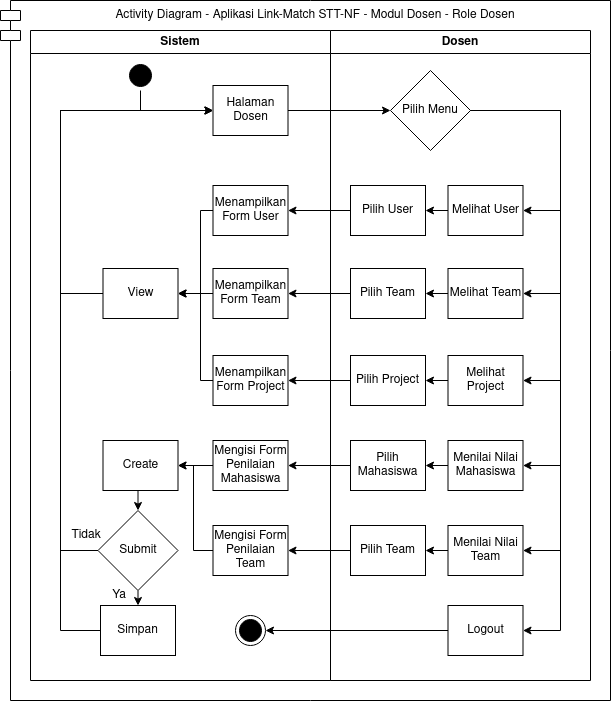
Earlier version of the draw.io export 1. Skripsi/Gambar/Gambar 4.8 Activity Diagram Role Dosen.png (mazharrasyad/Tugas-Akhir-S1). Source tidied: cells renumbered, new cells last; positions are measured from the earlier drawing's top-left corner, leaving out a move shared by most shapes.
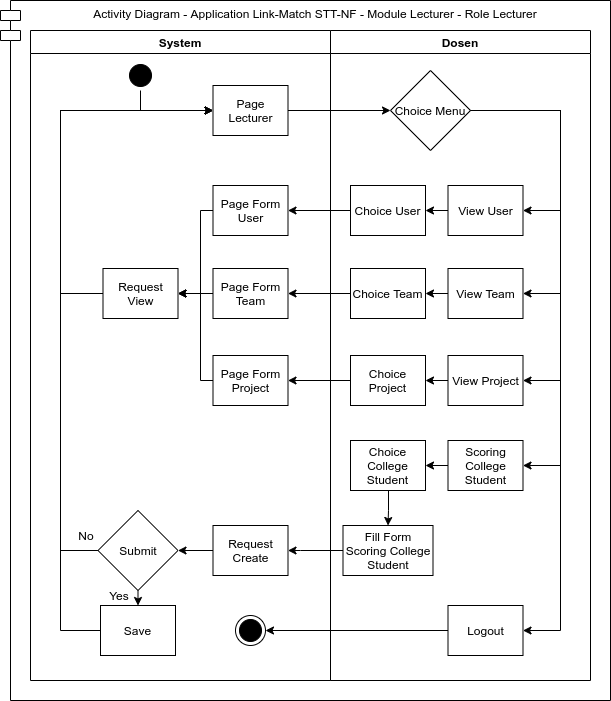
After the change.

Diff of the diagram source:
```diff
@@ -2,13 +2,13 @@
   <root>
     <mxCell id="0" />
     <mxCell id="1" parent="0" />
-    <mxCell id="2" value="Activity Diagram - Aplikasi Link-Match STT-NF - Modul Dosen - Role Dosen" style="shape=module;align=left;spacingLeft=20;align=center;verticalAlign=top;strokeColor=#000000;" parent="1" vertex="1">
+    <mxCell id="2" value="Activity Diagram - Application Link-Match STT-NF - Module Lecturer - Role Lecturer" style="shape=module;align=left;spacingLeft=20;align=center;verticalAlign=top;strokeColor=#000000;" parent="1" vertex="1">
       <mxGeometry width="610" height="700" as="geometry" />
     </mxCell>
     <mxCell id="3" value="Dosen" style="swimlane;whiteSpace=wrap;" parent="1" vertex="1">
       <mxGeometry x="330" y="30" width="260" height="650" as="geometry" />
     </mxCell>
-    <mxCell id="4" value="Sistem" style="swimlane;whiteSpace=wrap;swimlaneLine=1;" parent="1" vertex="1">
+    <mxCell id="4" value="System" style="swimlane;whiteSpace=wrap;swimlaneLine=1;" parent="1" vertex="1">
       <mxGeometry x="30" y="30" width="300" height="650" as="geometry" />
     </mxCell>
     <mxCell id="5" style="edgeStyle=orthogonalEdgeStyle;rounded=0;jettySize=auto;html=1;exitX=1;exitY=0.5;exitDx=0;exitDy=0;entryX=1;entryY=0.5;entryDx=0;entryDy=0;" parent="1" edge="1" source="10" target="12">
@@ -35,14 +35,6 @@
         </Array>
       </mxGeometry>
     </mxCell>
-    <mxCell id="8" style="edgeStyle=orthogonalEdgeStyle;rounded=0;jettySize=auto;html=1;exitX=1;exitY=0.5;exitDx=0;exitDy=0;entryX=1;entryY=0.5;entryDx=0;entryDy=0;" parent="1" edge="1" source="10" target="30">
-      <mxGeometry relative="1" as="geometry">
-        <Array as="points">
-          <mxPoint x="560" y="110" />
-          <mxPoint x="560" y="550" />
-        </Array>
-      </mxGeometry>
-    </mxCell>
     <mxCell id="9" style="edgeStyle=orthogonalEdgeStyle;rounded=0;jettySize=auto;html=1;exitX=1;exitY=0.5;exitDx=0;exitDy=0;entryX=1;entryY=0.5;entryDx=0;entryDy=0;" parent="1" edge="1" source="10" target="14">
       <mxGeometry relative="1" as="geometry">
         <Array as="points">
@@ -51,19 +43,19 @@
         </Array>
       </mxGeometry>
     </mxCell>
-    <mxCell id="10" value="Pilih Menu" style="rhombus;whiteSpace=wrap;html=1;strokeColor=#000000;" parent="1" vertex="1">
+    <mxCell id="10" value="Choice Menu" style="rhombus;whiteSpace=wrap;html=1;strokeColor=#000000;" parent="1" vertex="1">
       <mxGeometry x="390" y="70" width="80" height="80" as="geometry" />
     </mxCell>
     <mxCell id="11" style="edgeStyle=orthogonalEdgeStyle;rounded=0;jettySize=auto;html=1;exitX=0;exitY=0.5;exitDx=0;exitDy=0;entryX=1;entryY=0.5;entryDx=0;entryDy=0;" parent="1" edge="1" source="12" target="29">
       <mxGeometry relative="1" as="geometry" />
     </mxCell>
-    <mxCell id="12" value="Melihat User" style="html=1;whiteSpace=wrap;" parent="1" vertex="1">
+    <mxCell id="12" value="View User" style="html=1;whiteSpace=wrap;" parent="1" vertex="1">
       <mxGeometry x="447.5" y="185" width="75" height="50" as="geometry" />
     </mxCell>
-    <mxCell id="13" value="Melihat Project" style="html=1;whiteSpace=wrap;" parent="1" vertex="1">
+    <mxCell id="13" value="View Project" style="html=1;whiteSpace=wrap;" parent="1" vertex="1">
       <mxGeometry x="447.5" y="355" width="75" height="50" as="geometry" />
     </mxCell>
-    <mxCell id="14" value="Menilai Nilai Mahasiswa" style="html=1;whiteSpace=wrap;" parent="1" vertex="1">
+    <mxCell id="14" value="Scoring College Student" style="html=1;whiteSpace=wrap;" parent="1" vertex="1">
       <mxGeometry x="447.5" y="440" width="75" height="50" as="geometry" />
     </mxCell>
     <mxCell id="15" style="edgeStyle=orthogonalEdgeStyle;rounded=0;jettySize=auto;html=1;exitX=0.5;exitY=1;exitDx=0;exitDy=0;entryX=0.5;entryY=0;entryDx=0;entryDy=0;" parent="1" edge="1" source="17" target="52">
@@ -80,19 +72,19 @@
     <mxCell id="17" value="Submit" style="rhombus;whiteSpace=wrap;html=1;strokeColor=#000000;" parent="1" vertex="1">
       <mxGeometry x="97.5" y="510" width="80" height="80" as="geometry" />
     </mxCell>
-    <mxCell id="18" value="Ya" style="text;html=1;strokeColor=none;fillColor=none;align=center;verticalAlign=middle;whiteSpace=wrap;rounded=0;" parent="1" vertex="1">
+    <mxCell id="18" value="Yes" style="text;html=1;strokeColor=none;fillColor=none;align=center;verticalAlign=middle;whiteSpace=wrap;rounded=0;" parent="1" vertex="1">
       <mxGeometry x="90" y="585" width="57.5" height="20" as="geometry" />
     </mxCell>
-    <mxCell id="19" value="Tidak" style="text;html=1;strokeColor=none;fillColor=none;align=center;verticalAlign=middle;whiteSpace=wrap;rounded=0;" parent="1" vertex="1">
+    <mxCell id="19" value="No" style="text;html=1;strokeColor=none;fillColor=none;align=center;verticalAlign=middle;whiteSpace=wrap;rounded=0;" parent="1" vertex="1">
       <mxGeometry x="75.2" y="525" width="22.2" height="20" as="geometry" />
     </mxCell>
-    <mxCell id="20" value="Pilih Project" style="html=1;whiteSpace=wrap;" parent="1" vertex="1">
+    <mxCell id="20" value="Choice Project" style="html=1;whiteSpace=wrap;" parent="1" vertex="1">
       <mxGeometry x="350" y="355" width="75" height="50" as="geometry" />
     </mxCell>
     <mxCell id="21" style="edgeStyle=orthogonalEdgeStyle;rounded=0;jettySize=auto;html=1;exitX=0;exitY=0.5;exitDx=0;exitDy=0;entryX=1;entryY=0.5;entryDx=0;entryDy=0;" parent="1" edge="1" source="13" target="20">
       <mxGeometry relative="1" as="geometry" />
     </mxCell>
-    <mxCell id="22" value="Pilih Mahasiswa" style="html=1;whiteSpace=wrap;" parent="1" vertex="1">
+    <mxCell id="22" value="Choice College Student" style="html=1;whiteSpace=wrap;" parent="1" vertex="1">
       <mxGeometry x="350" y="440" width="75" height="50" as="geometry" />
     </mxCell>
     <mxCell id="23" style="edgeStyle=orthogonalEdgeStyle;rounded=0;jettySize=auto;html=1;exitX=0;exitY=0.5;exitDx=0;exitDy=0;" parent="1" edge="1" source="14" target="22">
@@ -109,33 +101,18 @@
         </Array>
       </mxGeometry>
     </mxCell>
-    <mxCell id="26" value="Melihat Team" style="html=1;whiteSpace=wrap;" parent="1" vertex="1">
+    <mxCell id="26" value="View Team" style="html=1;whiteSpace=wrap;" parent="1" vertex="1">
       <mxGeometry x="447.5" y="268" width="75" height="50" as="geometry" />
     </mxCell>
-    <mxCell id="27" value="Pilih Team" style="html=1;whiteSpace=wrap;" parent="1" vertex="1">
+    <mxCell id="27" value="Choice Team" style="html=1;whiteSpace=wrap;" parent="1" vertex="1">
       <mxGeometry x="350" y="268" width="75" height="50" as="geometry" />
     </mxCell>
     <mxCell id="28" style="edgeStyle=orthogonalEdgeStyle;rounded=0;jettySize=auto;html=1;exitX=0;exitY=0.5;exitDx=0;exitDy=0;" parent="1" edge="1" source="26" target="27">
       <mxGeometry relative="1" as="geometry" />
     </mxCell>
-    <mxCell id="29" value="Pilih User" style="html=1;whiteSpace=wrap;" parent="1" vertex="1">
+    <mxCell id="29" value="Choice User" style="html=1;whiteSpace=wrap;" parent="1" vertex="1">
       <mxGeometry x="350" y="185" width="75" height="50" as="geometry" />
     </mxCell>
-    <mxCell id="30" value="Menilai Nilai Team" style="html=1;whiteSpace=wrap;" parent="1" vertex="1">
-      <mxGeometry x="447.5" y="525" width="75" height="50" as="geometry" />
-    </mxCell>
-    <mxCell id="31" value="Pilih Team" style="html=1;whiteSpace=wrap;" parent="1" vertex="1">
-      <mxGeometry x="350" y="525" width="75" height="50" as="geometry" />
-    </mxCell>
-    <mxCell id="32" style="edgeStyle=orthogonalEdgeStyle;rounded=0;jettySize=auto;html=1;exitX=0;exitY=0.5;exitDx=0;exitDy=0;" parent="1" edge="1" source="30" target="31">
-      <mxGeometry relative="1" as="geometry" />
-    </mxCell>
-    <mxCell id="33" value="Mengisi Form Penilaian Team" style="html=1;whiteSpace=wrap;" parent="1" vertex="1">
-      <mxGeometry x="212.5" y="525" width="75" height="50" as="geometry" />
-    </mxCell>
-    <mxCell id="34" style="edgeStyle=orthogonalEdgeStyle;rounded=0;jettySize=auto;html=1;exitX=0;exitY=0.5;exitDx=0;exitDy=0;entryX=1;entryY=0.5;entryDx=0;entryDy=0;" parent="1" edge="1" source="31" target="33">
-      <mxGeometry relative="1" as="geometry" />
-    </mxCell>
     <mxCell id="35" style="edgeStyle=orthogonalEdgeStyle;rounded=0;jettySize=auto;html=1;exitX=1;exitY=0.5;exitDx=0;exitDy=0;entryX=0;entryY=0.5;entryDx=0;entryDy=0;" parent="1" edge="1" source="40" target="10">
       <mxGeometry relative="1" as="geometry" />
     </mxCell>
@@ -155,10 +132,10 @@
         </Array>
       </mxGeometry>
     </mxCell>
-    <mxCell id="40" value="Halaman Dosen" style="html=1;whiteSpace=wrap;" parent="1" vertex="1">
+    <mxCell id="40" value="Page Lecturer" style="html=1;whiteSpace=wrap;" parent="1" vertex="1">
       <mxGeometry x="212.5" y="85" width="75" height="50" as="geometry" />
     </mxCell>
-    <mxCell id="41" value="Menampilkan Form User" style="html=1;whiteSpace=wrap;" parent="1" vertex="1">
+    <mxCell id="41" value="Page Form User" style="html=1;whiteSpace=wrap;" parent="1" vertex="1">
       <mxGeometry x="212.5" y="185" width="75" height="50" as="geometry" />
     </mxCell>
     <mxCell id="42" style="edgeStyle=orthogonalEdgeStyle;rounded=0;jettySize=auto;html=1;exitX=0;exitY=0.5;exitDx=0;exitDy=0;entryX=0;entryY=0.5;entryDx=0;entryDy=0;" parent="1" edge="1" source="43" target="40">
@@ -169,19 +146,19 @@
         </Array>
       </mxGeometry>
     </mxCell>
-    <mxCell id="43" value="View" style="html=1;whiteSpace=wrap;" parent="1" vertex="1">
+    <mxCell id="43" value="Request View" style="html=1;whiteSpace=wrap;" parent="1" vertex="1">
       <mxGeometry x="102.5" y="268" width="75" height="50" as="geometry" />
     </mxCell>
     <mxCell id="44" style="edgeStyle=orthogonalEdgeStyle;rounded=0;jettySize=auto;html=1;exitX=0;exitY=0.5;exitDx=0;exitDy=0;entryX=1;entryY=0.5;entryDx=0;entryDy=0;" parent="1" edge="1" source="45" target="49">
       <mxGeometry relative="1" as="geometry">
         <Array as="points">
-          <mxPoint x="190" y="465" />
-          <mxPoint x="190" y="465" />
+          <mxPoint x="300" y="550" />
+          <mxPoint x="300" y="550" />
         </Array>
       </mxGeometry>
     </mxCell>
-    <mxCell id="45" value="Mengisi Form Penilaian Mahasiswa" style="html=1;whiteSpace=wrap;" parent="1" vertex="1">
-      <mxGeometry x="212.5" y="440" width="75" height="50" as="geometry" />
+    <mxCell id="45" value="Fill Form Scoring College Student" style="html=1;whiteSpace=wrap;" parent="1" vertex="1">
+      <mxGeometry x="342.5" y="525" width="90" height="50" as="geometry" />
     </mxCell>
     <mxCell id="46" style="edgeStyle=orthogonalEdgeStyle;rounded=0;jettySize=auto;html=1;exitX=0;exitY=0.5;exitDx=0;exitDy=0;entryX=1;entryY=0.5;entryDx=0;entryDy=0;" parent="1" edge="1" source="47" target="43">
       <mxGeometry relative="1" as="geometry">
@@ -191,22 +168,22 @@
         </Array>
       </mxGeometry>
     </mxCell>
-    <mxCell id="47" value="Menampilkan Form Project" style="html=1;whiteSpace=wrap;" parent="1" vertex="1">
+    <mxCell id="47" value="Page Form Project" style="html=1;whiteSpace=wrap;" parent="1" vertex="1">
       <mxGeometry x="212.5" y="355" width="75" height="50" as="geometry" />
     </mxCell>
-    <mxCell id="48" style="edgeStyle=orthogonalEdgeStyle;rounded=0;jettySize=auto;html=1;exitX=0.5;exitY=1;exitDx=0;exitDy=0;entryX=0.5;entryY=0;entryDx=0;entryDy=0;" parent="1" edge="1" source="49" target="17">
+    <mxCell id="48" style="edgeStyle=orthogonalEdgeStyle;rounded=0;jettySize=auto;html=1;exitX=0;exitY=0.5;exitDx=0;exitDy=0;entryX=1;entryY=0.5;entryDx=0;entryDy=0;" parent="1" edge="1" source="49" target="17">
       <mxGeometry relative="1" as="geometry" />
     </mxCell>
-    <mxCell id="49" value="Create" style="html=1;whiteSpace=wrap;" parent="1" vertex="1">
-      <mxGeometry x="102.5" y="440" width="75" height="50" as="geometry" />
+    <mxCell id="49" value="Request Create" style="html=1;whiteSpace=wrap;" parent="1" vertex="1">
+      <mxGeometry x="212.5" y="525" width="75" height="50" as="geometry" />
     </mxCell>
     <mxCell id="50" style="edgeStyle=orthogonalEdgeStyle;rounded=0;jettySize=auto;html=1;exitX=0;exitY=0.5;exitDx=0;exitDy=0;entryX=1;entryY=0.5;entryDx=0;entryDy=0;" parent="1" edge="1" source="51" target="43">
       <mxGeometry relative="1" as="geometry" />
     </mxCell>
-    <mxCell id="51" value="Menampilkan Form Team" style="html=1;whiteSpace=wrap;" parent="1" vertex="1">
+    <mxCell id="51" value="Page Form Team" style="html=1;whiteSpace=wrap;" parent="1" vertex="1">
       <mxGeometry x="212.5" y="268" width="75" height="50" as="geometry" />
     </mxCell>
-    <mxCell id="52" value="Simpan" style="html=1;whiteSpace=wrap;" parent="1" vertex="1">
+    <mxCell id="52" value="Save" style="html=1;whiteSpace=wrap;" parent="1" vertex="1">
       <mxGeometry x="100" y="605" width="75" height="50" as="geometry" />
     </mxCell>
     <mxCell id="53" style="edgeStyle=orthogonalEdgeStyle;rounded=0;jettySize=auto;html=1;exitX=0;exitY=0.5;exitDx=0;exitDy=0;entryX=0;entryY=0.5;entryDx=0;entryDy=0;startSize=23;" parent="1" edge="1" source="52" target="40">
@@ -231,17 +208,14 @@
     <mxCell id="56" style="edgeStyle=orthogonalEdgeStyle;rounded=0;jettySize=auto;html=1;exitX=0;exitY=0.5;exitDx=0;exitDy=0;entryX=1;entryY=0.5;entryDx=0;entryDy=0;" parent="1" edge="1" source="29" target="41">
       <mxGeometry relative="1" as="geometry" />
     </mxCell>
-    <mxCell id="57" style="edgeStyle=orthogonalEdgeStyle;rounded=0;jettySize=auto;html=1;exitX=0;exitY=0.5;exitDx=0;exitDy=0;entryX=1;entryY=0.5;entryDx=0;entryDy=0;" parent="1" edge="1" source="22" target="45">
-      <mxGeometry relative="1" as="geometry" />
+    <mxCell id="57" style="edgeStyle=orthogonalEdgeStyle;rounded=0;jettySize=auto;html=1;entryX=0.5;entryY=0;entryDx=0;entryDy=0;" parent="1" edge="1" target="45">
+      <mxGeometry relative="1" as="geometry">
+        <mxPoint x="388" y="490" as="sourcePoint" />
+        <Array as="points">
+          <mxPoint x="388" y="510" />
+        </Array>
+      </mxGeometry>
     </mxCell>
-    <mxCell id="58" style="edgeStyle=orthogonalEdgeStyle;rounded=0;jettySize=auto;html=1;exitX=0;exitY=0.5;exitDx=0;exitDy=0;entryX=1;entryY=0.5;entryDx=0;entryDy=0;" parent="1" edge="1" source="33" target="49">
-      <mxGeometry relative="1" as="geometry">
-        <Array as="points">
-          <mxPoint x="193" y="550" />
-          <mxPoint x="193" y="465" />
-        </Array>
-      </mxGeometry>
-    </mxCell>
     <mxCell id="59" style="ellipse;html=1;shape=startState;fillColor=#000000;" parent="1" vertex="1">
       <mxGeometry x="125" y="60" width="30" height="30" as="geometry" />
     </mxCell>
```
